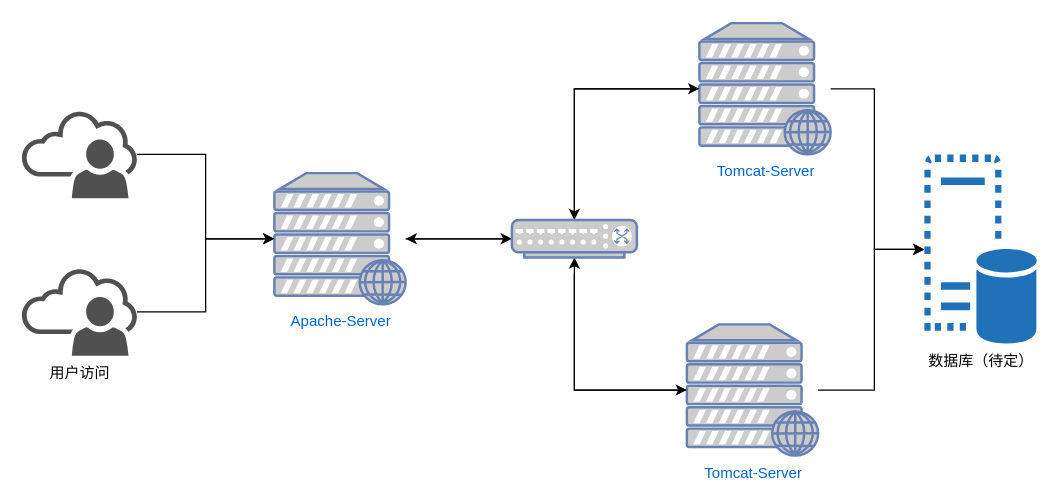
Earlier version of the draw.io diagram Untitled Diagram.drawio (HXLMOM/cctest). Source tidied: cells renumbered, new cells numbered last; positions are measured from the earlier drawing's top-left corner, leaving out a move shared by most shapes. Both pictures are drawn from the tidied source at 125%, with x=0, y=0 at pixel (21, 22).
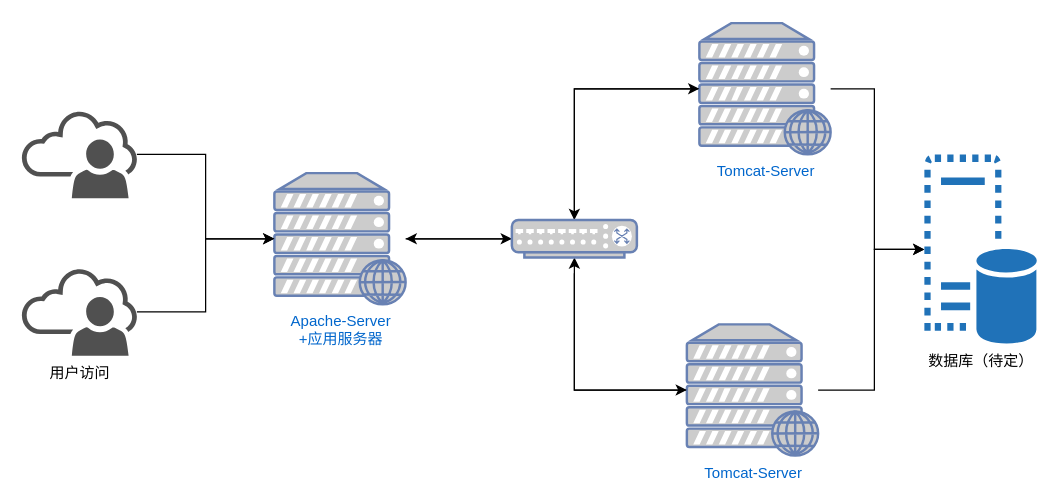
The same diagram, later.

What changed in the source:
```diff
@@
-    <mxCell id="2" value="&lt;span lang=&quot;EN-US&quot;&gt;Apache-Server&lt;br&gt;&lt;br&gt;&lt;/span&gt;" style="fontColor=#0066CC;verticalAlign=top;verticalLabelPosition=bottom;labelPosition=center;align=center;html=1;outlineConnect=0;fillColor=#CCCCCC;strokeColor=#6881B3;gradientColor=none;gradientDirection=north;strokeWidth=2;shape=mxgraph.networks.web_server;" parent="1" vertex="1">
+    <mxCell id="2" value="&lt;span lang=&quot;EN-US&quot;&gt;Apache-Server&lt;br&gt;+应用服务器&lt;br&gt;&lt;br&gt;&lt;/span&gt;" style="fontColor=#0066CC;verticalAlign=top;verticalLabelPosition=bottom;labelPosition=center;align=center;html=1;outlineConnect=0;fillColor=#CCCCCC;strokeColor=#6881B3;gradientColor=none;gradientDirection=north;strokeWidth=2;shape=mxgraph.networks.web_server;" parent="1" vertex="1">
       <mxGeometry x="202" y="120" width="105" height="105" as="geometry" />
     </mxCell>
```
